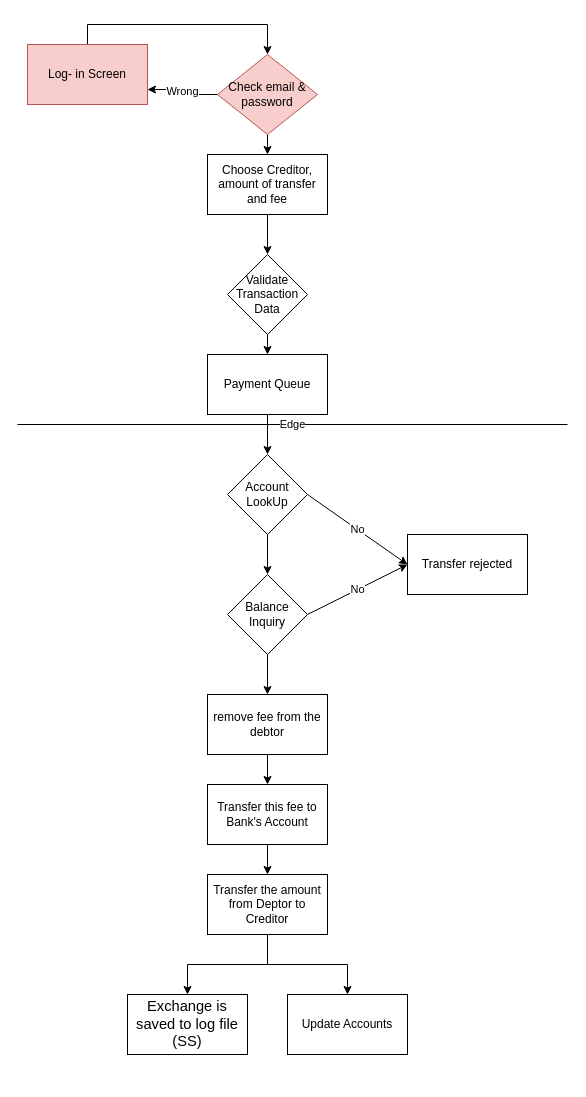
Above: page "Payment" (1 of 2) of Untitled Diagram.drawio in Alexander92j/Fintech-PF7-Team5 (draw.io), before the change. Source tidied: cells renumbered, new cells numbered last; positions are measured from the earlier drawing's top-left corner, leaving out a move shared by most shapes. Both pictures are drawn from the tidied source at 100%, with x=0, y=0 at pixel (17, 44).
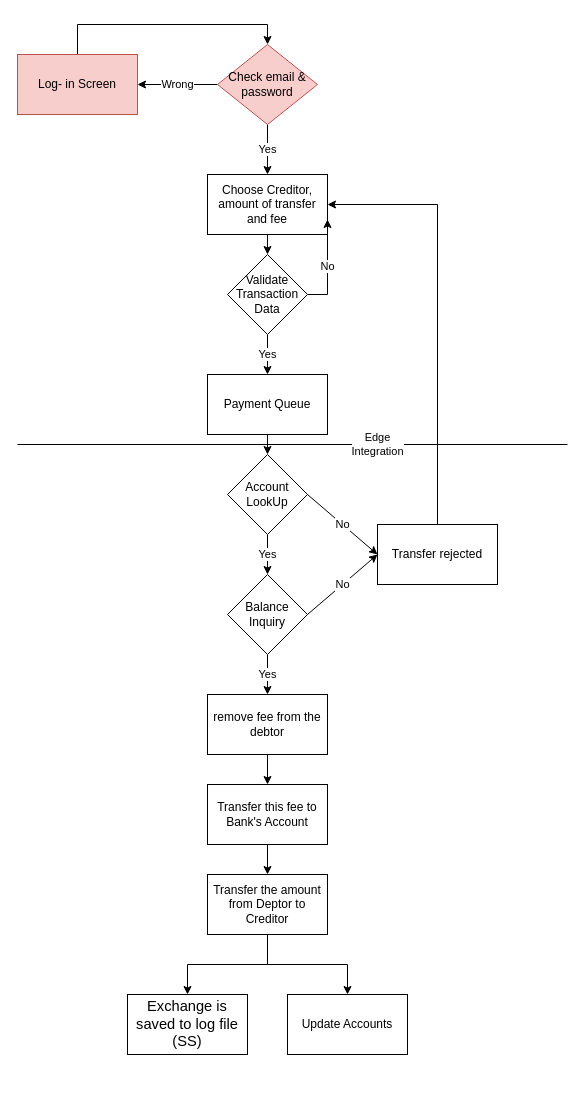
The same diagram, later.

Unchanged cells that the change refers to:
```xml
<mxCell id="11" value="Account LookUp" style="rhombus;whiteSpace=wrap;html=1;" parent="1" vertex="1">
  <mxGeometry x="210" y="410" width="80" height="80" as="geometry" />
</mxCell>
<mxCell id="12" value="Balance Inquiry" style="rhombus;whiteSpace=wrap;html=1;" parent="1" vertex="1">
  <mxGeometry x="210" y="530" width="80" height="80" as="geometry" />
</mxCell>
<mxCell id="13" value="remove fee from the debtor" style="whiteSpace=wrap;html=1;" parent="1" vertex="1">
  <mxGeometry x="190" y="650" width="120" height="60" as="geometry" />
</mxCell>
<mxCell id="22" value="Validate Transaction Data" style="rhombus;whiteSpace=wrap;html=1;" parent="1" vertex="1">
  <mxGeometry x="210" y="210" width="80" height="80" as="geometry" />
</mxCell>
```

Diff of the diagram source:
```diff
@@
     <mxCell id="3" value="&lt;span style=&quot;font-family: &amp;#34;helvetica&amp;#34;&quot;&gt;Choose Creditor, amount of transfer and fee&lt;/span&gt;" style="rounded=0;whiteSpace=wrap;html=1;" parent="1" vertex="1">
-      <mxGeometry x="190" y="110" width="120" height="60" as="geometry" />
+      <mxGeometry x="190" y="130" width="120" height="60" as="geometry" />
     </mxCell>
@@
+    <mxCell id="30" style="edgeStyle=orthogonalEdgeStyle;rounded=0;jettySize=auto;html=1;exitX=0.5;exitY=0;exitDx=0;exitDy=0;entryX=1;entryY=0.5;entryDx=0;entryDy=0;" parent="1" edge="1" source="7" target="3">
+      <mxGeometry relative="1" as="geometry" />
+    </mxCell>
     <mxCell id="7" value="Transfer rejected" style="whiteSpace=wrap;html=1;" parent="1" vertex="1">
-      <mxGeometry x="390" y="490" width="120" height="60" as="geometry" />
+      <mxGeometry x="360" y="480" width="120" height="60" as="geometry" />
     </mxCell>
@@
     <mxCell id="10" value="Payment Queue" style="whiteSpace=wrap;html=1;rounded=0;" parent="1" vertex="1">
-      <mxGeometry x="190" y="310" width="120" height="60" as="geometry" />
+      <mxGeometry x="190" y="330" width="120" height="60" as="geometry" />
     </mxCell>
@@
-    <mxCell id="16" style="endArrow=classic;html=1;rounded=0;exitX=0.5;exitY=1;exitDx=0;exitDy=0;" parent="1" edge="1" source="11" target="12">
+    <mxCell id="16" value="Yes" style="endArrow=classic;html=1;rounded=0;exitX=0.5;exitY=1;exitDx=0;exitDy=0;" parent="1" edge="1" source="11" target="12">
       <mxGeometry relative="1" as="geometry" />
     </mxCell>
@@
-    <mxCell id="18" style="endArrow=classic;html=1;rounded=0;exitX=0.5;exitY=1;exitDx=0;exitDy=0;" parent="1" edge="1" source="12" target="13">
+    <mxCell id="18" value="Yes" style="endArrow=classic;html=1;rounded=0;exitX=0.5;exitY=1;exitDx=0;exitDy=0;" parent="1" edge="1" source="12" target="13">
       <mxGeometry relative="1" as="geometry" />
     </mxCell>
@@
+    <mxCell id="31" value="No" style="edgeStyle=orthogonalEdgeStyle;rounded=0;jettySize=auto;html=1;exitX=1;exitY=0.5;exitDx=0;exitDy=0;entryX=1;entryY=0.75;entryDx=0;entryDy=0;" parent="1" edge="1" source="22" target="3">
+      <mxGeometry relative="1" as="geometry" />
+    </mxCell>
@@
-    <mxCell id="23" style="endArrow=classic;html=1;rounded=0;exitX=0.5;exitY=1;exitDx=0;exitDy=0;entryX=0.5;entryY=0;entryDx=0;entryDy=0;" parent="1" edge="1" source="22" target="10">
+    <mxCell id="23" value="Yes" style="endArrow=classic;html=1;rounded=0;exitX=0.5;exitY=1;exitDx=0;exitDy=0;entryX=0.5;entryY=0;entryDx=0;entryDy=0;" parent="1" edge="1" source="22" target="10">
       <mxGeometry relative="1" as="geometry" />
     </mxCell>
-    <mxCell id="24" value="Wrong" style="edgeStyle=orthogonalEdgeStyle;rounded=0;jettySize=auto;html=1;exitX=0;exitY=0.5;exitDx=0;exitDy=0;entryX=1;entryY=0.75;entryDx=0;entryDy=0;" parent="1" edge="1" source="26" target="28">
+    <mxCell id="24" value="Wrong" style="edgeStyle=orthogonalEdgeStyle;rounded=0;jettySize=auto;html=1;exitX=0;exitY=0.5;exitDx=0;exitDy=0;entryX=1;entryY=0.5;entryDx=0;entryDy=0;" parent="1" edge="1" source="26" target="28">
       <mxGeometry relative="1" as="geometry" />
     </mxCell>
-    <mxCell id="25" style="edgeStyle=orthogonalEdgeStyle;rounded=0;jettySize=auto;html=1;exitX=0.5;exitY=1;exitDx=0;exitDy=0;entryX=0.5;entryY=0;entryDx=0;entryDy=0;" parent="1" edge="1" source="26" target="3">
+    <mxCell id="25" value="Yes" style="edgeStyle=orthogonalEdgeStyle;rounded=0;jettySize=auto;html=1;exitX=0.5;exitY=1;exitDx=0;exitDy=0;entryX=0.5;entryY=0;entryDx=0;entryDy=0;" parent="1" edge="1" source="26" target="3">
       <mxGeometry relative="1" as="geometry" />
     </mxCell>
     <mxCell id="26" value="Check email &amp;amp; password" style="rhombus;whiteSpace=wrap;html=1;fillColor=#f8cecc;strokeColor=#b85450;" parent="1" vertex="1">
-      <mxGeometry x="200" y="10" width="100" height="80" as="geometry" />
+      <mxGeometry x="200" width="100" height="80" as="geometry" />
     </mxCell>
@@
     <mxCell id="28" value="Log- in Screen" style="rounded=0;whiteSpace=wrap;html=1;fillColor=#f8cecc;strokeColor=#b85450;" parent="1" vertex="1">
-      <mxGeometry x="10" width="120" height="60" as="geometry" />
+      <mxGeometry y="10" width="120" height="60" as="geometry" />
     </mxCell>
-    <mxCell id="29" value="Edge" style="endArrow=none;html=1;rounded=0;" parent="1" edge="1">
-      <mxGeometry relative="1" as="geometry">
-        <mxPoint y="380" as="sourcePoint" />
-        <mxPoint x="550" y="380" as="targetPoint" />
+    <mxCell id="29" value="Edge&lt;br&gt;Integration" style="endArrow=none;html=1;rounded=0;" parent="1" edge="1">
+      <mxGeometry x="0.31" relative="1" as="geometry">
+        <mxPoint y="400" as="sourcePoint" />
+        <mxPoint x="550" y="400" as="targetPoint" />
       </mxGeometry>
     </mxCell>
```
